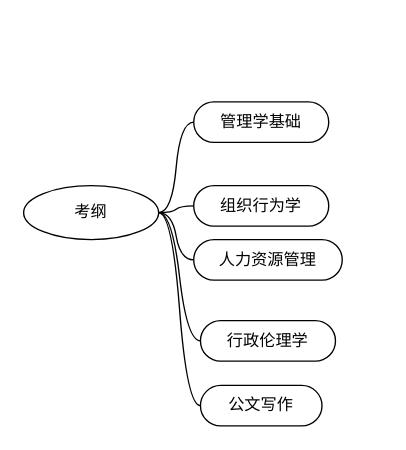
liaiaun/Test keeps this draw.io diagram as Untitled Diagram.drawio. Above is the earlier version. Source tidied: cells renumbered, new cells numbered last; positions are measured from the earlier drawing's top-left corner, leaving out a move shared by most shapes. Both pictures are drawn from the tidied source at 135%, with x=0, y=0 at pixel (23, 101).
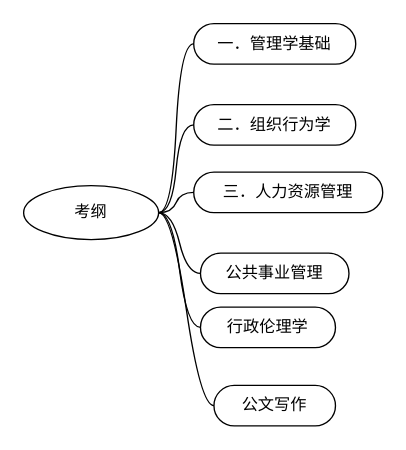
The same page after the edit.

The edit, as a diff of the source:
```diff
@@
 <mxGraphModel>
   <root>
     <mxCell id="0" />
     <mxCell id="1" parent="0" />
     <mxCell id="2" value="考纲" style="ellipse;whiteSpace=wrap;html=1;align=center;newEdgeStyle={&quot;edgeStyle&quot;:&quot;entityRelationEdgeStyle&quot;,&quot;startArrow&quot;:&quot;none&quot;,&quot;endArrow&quot;:&quot;none&quot;,&quot;segment&quot;:10,&quot;curved&quot;:1};direction=west;" parent="1" vertex="1">
       <mxGeometry y="62" width="100" height="40" as="geometry" />
     </mxCell>
-    <mxCell id="3" value="组织行为学" style="whiteSpace=wrap;html=1;rounded=1;arcSize=50;align=center;verticalAlign=middle;strokeWidth=1;spacing=4;newEdgeStyle={&quot;edgeStyle&quot;:&quot;entityRelationEdgeStyle&quot;,&quot;startArrow&quot;:&quot;none&quot;,&quot;endArrow&quot;:&quot;none&quot;,&quot;segment&quot;:10,&quot;curved&quot;:1};" parent="1" vertex="1">
-      <mxGeometry x="126" y="62" width="100" height="30" as="geometry" />
+    <mxCell id="3" value="二．组织行为学" style="whiteSpace=wrap;html=1;rounded=1;arcSize=50;align=center;verticalAlign=middle;strokeWidth=1;spacing=4;newEdgeStyle={&quot;edgeStyle&quot;:&quot;entityRelationEdgeStyle&quot;,&quot;startArrow&quot;:&quot;none&quot;,&quot;endArrow&quot;:&quot;none&quot;,&quot;segment&quot;:10,&quot;curved&quot;:1};" parent="1" vertex="1">
+      <mxGeometry x="126" y="2" width="120" height="30" as="geometry" />
     </mxCell>
     <mxCell id="4" style="edgeStyle=entityRelationEdgeStyle;startArrow=none;endArrow=none;segment=10;curved=1;exitX=0;exitY=0.5;exitDx=0;exitDy=0;" parent="1" edge="1" source="2" target="3">
       <mxGeometry relative="1" as="geometry" />
     </mxCell>
-    <mxCell id="5" value="管理学基础" style="whiteSpace=wrap;html=1;rounded=1;arcSize=50;align=center;verticalAlign=middle;strokeWidth=1;spacing=4;newEdgeStyle={&quot;edgeStyle&quot;:&quot;entityRelationEdgeStyle&quot;,&quot;startArrow&quot;:&quot;none&quot;,&quot;endArrow&quot;:&quot;none&quot;,&quot;segment&quot;:10,&quot;curved&quot;:1};" parent="1" vertex="1">
-      <mxGeometry x="126" width="100" height="30" as="geometry" />
+    <mxCell id="5" value="一．管理学基础" style="whiteSpace=wrap;html=1;rounded=1;arcSize=50;align=center;verticalAlign=middle;strokeWidth=1;spacing=4;newEdgeStyle={&quot;edgeStyle&quot;:&quot;entityRelationEdgeStyle&quot;,&quot;startArrow&quot;:&quot;none&quot;,&quot;endArrow&quot;:&quot;none&quot;,&quot;segment&quot;:10,&quot;curved&quot;:1};" parent="1" vertex="1">
+      <mxGeometry x="126" y="-58" width="120" height="30" as="geometry" />
     </mxCell>
     <mxCell id="6" style="edgeStyle=entityRelationEdgeStyle;startArrow=none;endArrow=none;segment=10;curved=1;exitX=0;exitY=0.5;exitDx=0;exitDy=0;" parent="1" edge="1" source="2" target="5">
       <mxGeometry relative="1" as="geometry" />
     </mxCell>
-    <mxCell id="7" value="人力资源管理" style="whiteSpace=wrap;html=1;rounded=1;arcSize=50;align=center;verticalAlign=middle;strokeWidth=1;spacing=4;newEdgeStyle={&quot;edgeStyle&quot;:&quot;entityRelationEdgeStyle&quot;,&quot;startArrow&quot;:&quot;none&quot;,&quot;endArrow&quot;:&quot;none&quot;,&quot;segment&quot;:10,&quot;curved&quot;:1};" parent="1" vertex="1">
-      <mxGeometry x="126" y="102" width="110" height="30" as="geometry" />
+    <mxCell id="7" value="三．人力资源管理" style="whiteSpace=wrap;html=1;rounded=1;arcSize=50;align=center;verticalAlign=middle;strokeWidth=1;spacing=4;newEdgeStyle={&quot;edgeStyle&quot;:&quot;entityRelationEdgeStyle&quot;,&quot;startArrow&quot;:&quot;none&quot;,&quot;endArrow&quot;:&quot;none&quot;,&quot;segment&quot;:10,&quot;curved&quot;:1};" parent="1" vertex="1">
+      <mxGeometry x="126" y="52" width="140" height="30" as="geometry" />
     </mxCell>
     <mxCell id="8" style="edgeStyle=entityRelationEdgeStyle;startArrow=none;endArrow=none;segment=10;curved=1;" parent="1" edge="1" source="2" target="7">
       <mxGeometry relative="1" as="geometry" />
     </mxCell>
     <mxCell id="9" value="行政伦理学" style="whiteSpace=wrap;html=1;rounded=1;arcSize=50;align=center;verticalAlign=middle;strokeWidth=1;spacing=4;newEdgeStyle={&quot;edgeStyle&quot;:&quot;entityRelationEdgeStyle&quot;,&quot;startArrow&quot;:&quot;none&quot;,&quot;endArrow&quot;:&quot;none&quot;,&quot;segment&quot;:10,&quot;curved&quot;:1};" parent="1" vertex="1">
-      <mxGeometry x="131" y="162" width="100" height="30" as="geometry" />
+      <mxGeometry x="131" y="152" width="100" height="30" as="geometry" />
     </mxCell>
     <mxCell id="10" style="edgeStyle=entityRelationEdgeStyle;startArrow=none;endArrow=none;segment=10;curved=1;exitX=0;exitY=0.5;exitDx=0;exitDy=0;" parent="1" edge="1" source="2" target="9">
       <mxGeometry relative="1" as="geometry" />
     </mxCell>
     <mxCell id="11" value="公文写作" style="whiteSpace=wrap;html=1;rounded=1;arcSize=50;align=center;verticalAlign=middle;strokeWidth=1;spacing=4;newEdgeStyle={&quot;edgeStyle&quot;:&quot;entityRelationEdgeStyle&quot;,&quot;startArrow&quot;:&quot;none&quot;,&quot;endArrow&quot;:&quot;none&quot;,&quot;segment&quot;:10,&quot;curved&quot;:1};" parent="1" vertex="1">
-      <mxGeometry x="131" y="210" width="90" height="30" as="geometry" />
+      <mxGeometry x="141" y="210" width="90" height="30" as="geometry" />
     </mxCell>
     <mxCell id="12" style="edgeStyle=entityRelationEdgeStyle;startArrow=none;endArrow=none;segment=10;curved=1;exitX=0;exitY=0.5;exitDx=0;exitDy=0;" parent="1" edge="1" source="2" target="11">
       <mxGeometry relative="1" as="geometry" />
     </mxCell>
+    <mxCell id="13" value="公共事业管理" style="whiteSpace=wrap;html=1;rounded=1;arcSize=50;align=center;verticalAlign=middle;strokeWidth=1;spacing=4;newEdgeStyle={&quot;edgeStyle&quot;:&quot;entityRelationEdgeStyle&quot;,&quot;startArrow&quot;:&quot;none&quot;,&quot;endArrow&quot;:&quot;none&quot;,&quot;segment&quot;:10,&quot;curved&quot;:1};" parent="1" vertex="1">
+      <mxGeometry x="131" y="112" width="110" height="30" as="geometry" />
+    </mxCell>
+    <mxCell id="14" style="edgeStyle=entityRelationEdgeStyle;startArrow=none;endArrow=none;segment=10;curved=1;exitX=0;exitY=0.5;exitDx=0;exitDy=0;" parent="1" edge="1" source="2" target="13">
+      <mxGeometry relative="1" as="geometry" />
+    </mxCell>
   </root>
 </mxGraphModel>
```
